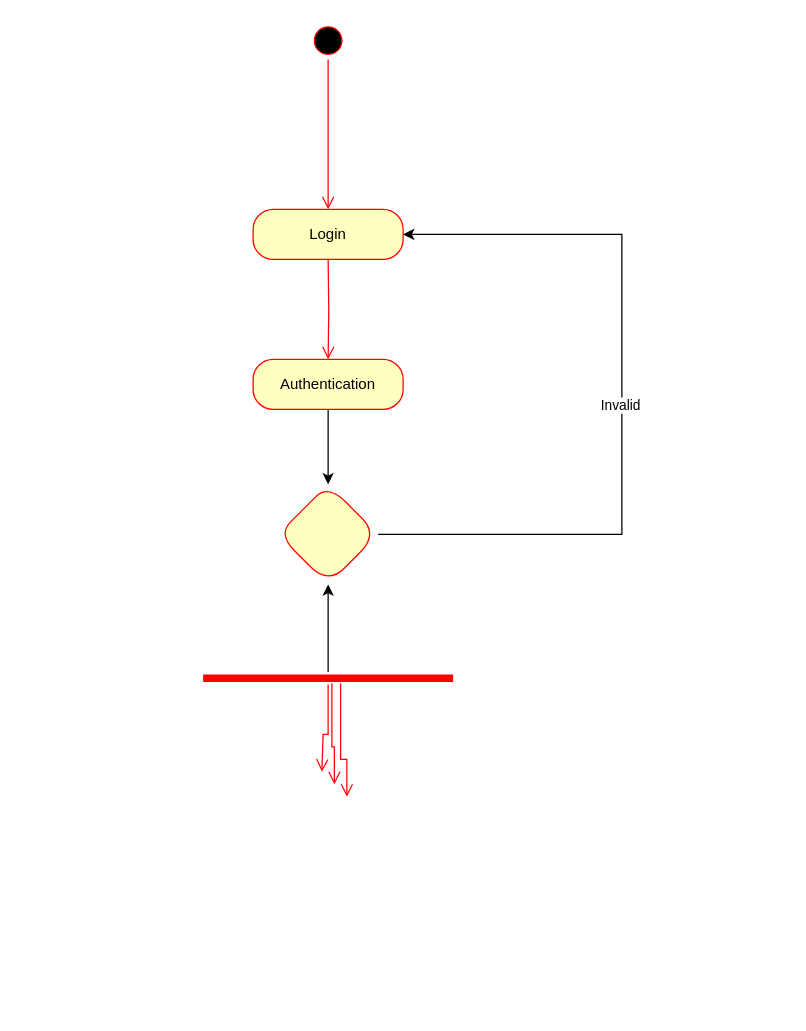
Earlier version of the draw.io diagram page "Page-2" (2 of 2) of agri-business class diagram.drawio (J-Massoda/Agri-business). Source tidied: cells renumbered, new cells numbered last; positions are measured from the earlier drawing's top-left corner, leaving out a move shared by most shapes. Both pictures are drawn from the tidied source at 125%, with x=0, y=0 at pixel (202, 21).
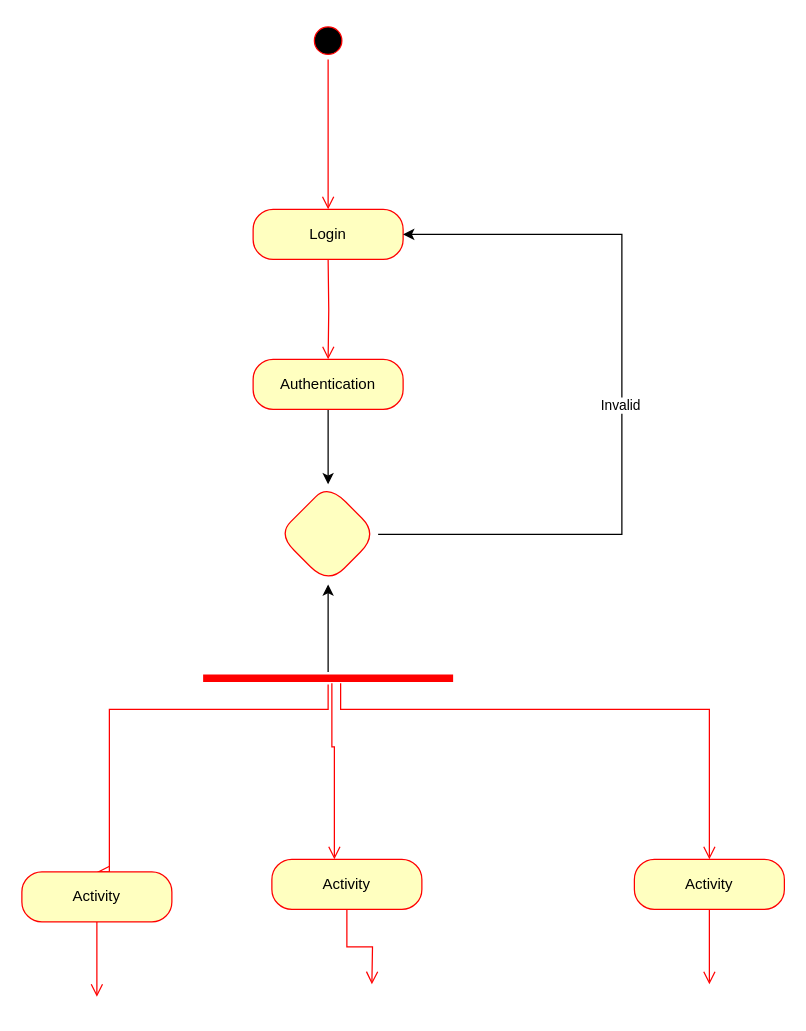
After the change.

Unchanged cells that the change refers to:
```xml
<mxCell id="10" style="shape=line;html=1;strokeWidth=6;strokeColor=#ff0000;" parent="1" vertex="1">
  <mxGeometry y="520" width="200" height="10" as="geometry" />
</mxCell>
```

Diff of the diagram source:
```diff
@@
-    <mxCell id="11" style="edgeStyle=orthogonalEdgeStyle;html=1;verticalAlign=bottom;endArrow=open;endSize=8;strokeColor=#ff0000;rounded=0;" parent="1" edge="1" source="10">
+    <mxCell id="11" style="edgeStyle=orthogonalEdgeStyle;html=1;verticalAlign=bottom;endArrow=open;endSize=8;strokeColor=#ff0000;rounded=0;entryX=0.5;entryY=0;entryDx=0;entryDy=0;" parent="1" edge="1" source="10" target="16">
       <mxGeometry relative="1" as="geometry">
-        <mxPoint x="95" y="600" as="targetPoint" />
         <Array as="points">
-          <mxPoint x="100" y="570" />
-          <mxPoint x="96" y="570" />
+          <mxPoint x="100" y="550" />
+          <mxPoint x="-75" y="550" />
+          <mxPoint x="-75" y="680" />
         </Array>
       </mxGeometry>
     </mxCell>
-    <mxCell id="12" style="edgeStyle=orthogonalEdgeStyle;html=1;verticalAlign=bottom;endArrow=open;endSize=8;strokeColor=#ff0000;rounded=0;exitX=0.515;exitY=0.9;exitDx=0;exitDy=0;exitPerimeter=0;" parent="1" edge="1" source="10">
+    <mxCell id="12" style="edgeStyle=orthogonalEdgeStyle;html=1;verticalAlign=bottom;endArrow=open;endSize=8;strokeColor=#ff0000;rounded=0;exitX=0.515;exitY=0.9;exitDx=0;exitDy=0;exitPerimeter=0;" parent="1" edge="1" source="10" target="18">
       <mxGeometry relative="1" as="geometry">
-        <mxPoint x="105" y="610" as="targetPoint" />
         <Array as="points">
           <mxPoint x="103" y="580" />
           <mxPoint x="105" y="580" />
         </Array>
       </mxGeometry>
     </mxCell>
-    <mxCell id="13" style="edgeStyle=orthogonalEdgeStyle;html=1;verticalAlign=bottom;endArrow=open;endSize=8;strokeColor=#ff0000;rounded=0;exitX=0.55;exitY=0.9;exitDx=0;exitDy=0;exitPerimeter=0;" parent="1" edge="1" source="10">
+    <mxCell id="13" style="edgeStyle=orthogonalEdgeStyle;html=1;verticalAlign=bottom;endArrow=open;endSize=8;strokeColor=#ff0000;rounded=0;exitX=0.55;exitY=0.9;exitDx=0;exitDy=0;exitPerimeter=0;entryX=0.5;entryY=0;entryDx=0;entryDy=0;" parent="1" edge="1" source="10" target="20">
       <mxGeometry relative="1" as="geometry">
-        <mxPoint x="115" y="620" as="targetPoint" />
         <Array as="points">
-          <mxPoint x="110" y="590" />
-          <mxPoint x="115" y="590" />
+          <mxPoint x="110" y="550" />
+          <mxPoint x="405" y="550" />
         </Array>
       </mxGeometry>
     </mxCell>
@@
+    <mxCell id="16" value="Activity" style="rounded=1;whiteSpace=wrap;html=1;arcSize=40;fontColor=#000000;fillColor=#ffffc0;strokeColor=#ff0000;" parent="1" vertex="1">
+      <mxGeometry x="-145" y="680" width="120" height="40" as="geometry" />
+    </mxCell>
+    <mxCell id="17" style="edgeStyle=orthogonalEdgeStyle;html=1;verticalAlign=bottom;endArrow=open;endSize=8;strokeColor=#ff0000;rounded=0;" parent="1" edge="1" source="16">
+      <mxGeometry relative="1" as="geometry">
+        <mxPoint x="-85" y="780" as="targetPoint" />
+      </mxGeometry>
+    </mxCell>
+    <mxCell id="18" value="Activity" style="rounded=1;whiteSpace=wrap;html=1;arcSize=40;fontColor=#000000;fillColor=#ffffc0;strokeColor=#ff0000;" parent="1" vertex="1">
+      <mxGeometry x="55" y="670" width="120" height="40" as="geometry" />
+    </mxCell>
+    <mxCell id="19" style="edgeStyle=orthogonalEdgeStyle;html=1;verticalAlign=bottom;endArrow=open;endSize=8;strokeColor=#ff0000;rounded=0;" parent="1" edge="1" source="18">
+      <mxGeometry relative="1" as="geometry">
+        <mxPoint x="135" y="770" as="targetPoint" />
+      </mxGeometry>
+    </mxCell>
+    <mxCell id="20" value="Activity" style="rounded=1;whiteSpace=wrap;html=1;arcSize=40;fontColor=#000000;fillColor=#ffffc0;strokeColor=#ff0000;" parent="1" vertex="1">
+      <mxGeometry x="345" y="670" width="120" height="40" as="geometry" />
+    </mxCell>
+    <mxCell id="21" style="edgeStyle=orthogonalEdgeStyle;html=1;verticalAlign=bottom;endArrow=open;endSize=8;strokeColor=#ff0000;rounded=0;" parent="1" edge="1" source="20">
+      <mxGeometry relative="1" as="geometry">
+        <mxPoint x="405" y="770" as="targetPoint" />
+      </mxGeometry>
+    </mxCell>
```
